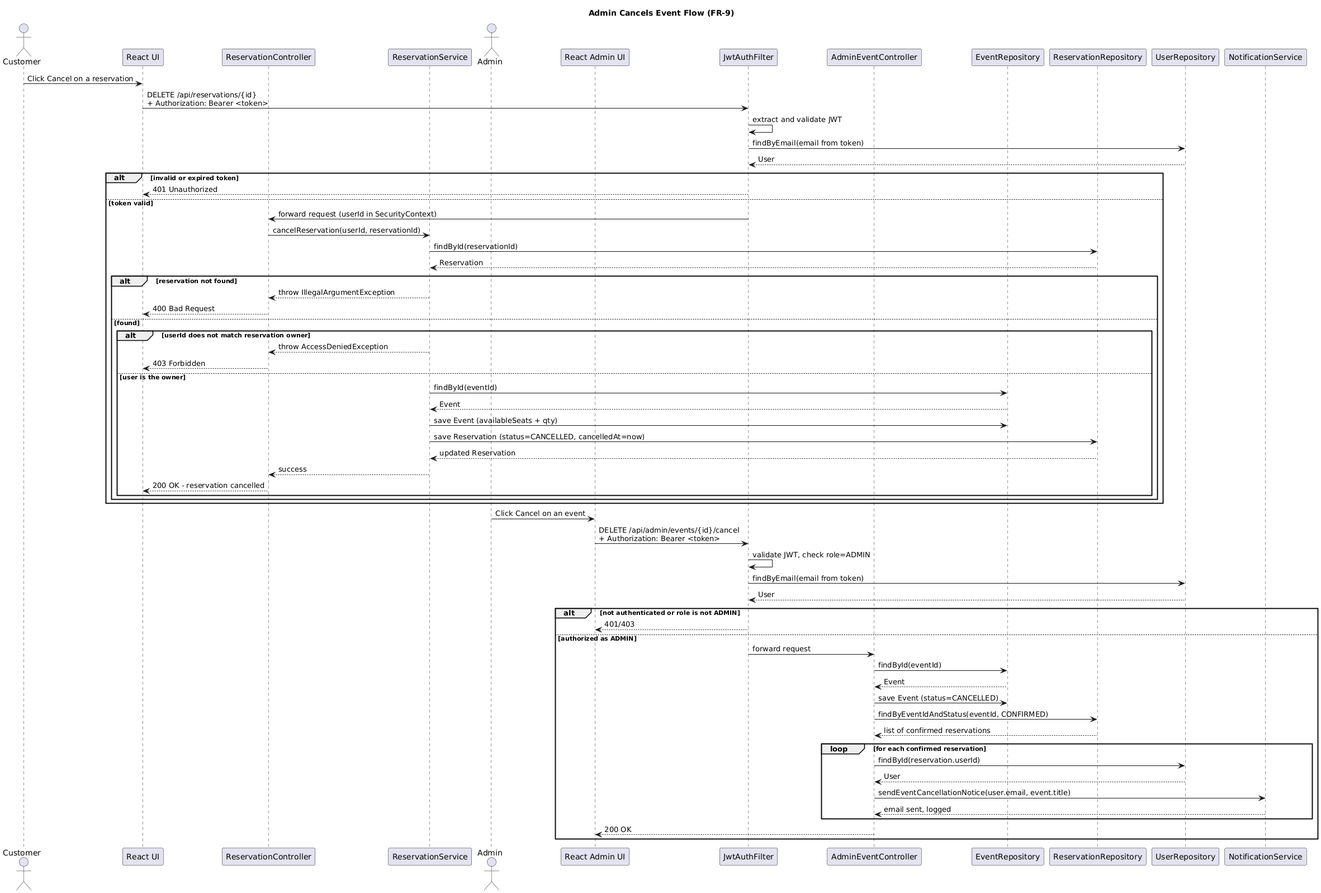
Earlier version of the PlantUML export artifacts/new/Sequence Diagram - Admin Cancels Event Flow.png (JeremyOroc/soen345-meow).
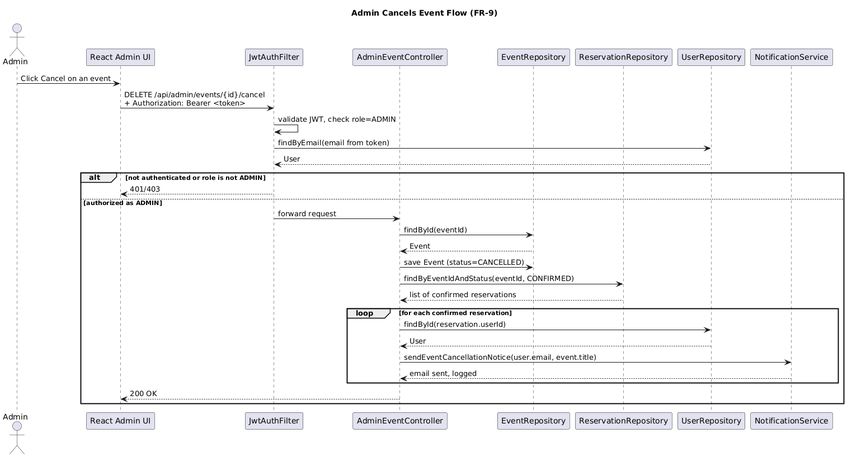
Above is the later version.

Commit message:
Add one more sequence diagram and fix admin cancels event diagram

The edit, as a diff of the source:
```diff
@@ -1,50 +1,4 @@
 @startuml
-title Cancel Reservation Flow (FR-5)
-
-actor Customer
-participant "React UI" as UI
-participant "JwtAuthFilter" as JF
-participant "ReservationController" as RC
-participant "ReservationService" as RS
-participant "ReservationRepository" as RR
-participant "EventRepository" as ER
-participant "UserRepository" as UR
-
-Customer -> UI: Click Cancel on a reservation
-UI -> JF: DELETE /api/reservations/{id}\n+ Authorization: Bearer <token>
-JF -> JF: extract and validate JWT
-JF -> UR: findByEmail(email from token)
-UR --> JF: User
-
-alt invalid or expired token
-  JF --> UI: 401 Unauthorized
-else token valid
-  JF -> RC: forward request (userId in SecurityContext)
-  RC -> RS: cancelReservation(userId, reservationId)
-  RS -> RR: findById(reservationId)
-  RR --> RS: Reservation
-  alt reservation not found
-    RS --> RC: throw IllegalArgumentException
-    RC --> UI: 400 Bad Request
-  else found
-    alt userId does not match reservation owner
-      RS --> RC: throw AccessDeniedException
-      RC --> UI: 403 Forbidden
-    else user is the owner
-      RS -> ER: findById(eventId)
-      ER --> RS: Event
-      RS -> ER: save Event (availableSeats + qty)
-      RS -> RR: save Reservation (status=CANCELLED, cancelledAt=now)
-      RR --> RS: updated Reservation
-      RS --> RC: success
-      RC --> UI: 200 OK - reservation cancelled
-    end
-  end
-end
-
-
-
-
 title Admin Cancels Event Flow (FR-9)
 
 actor Admin
```
